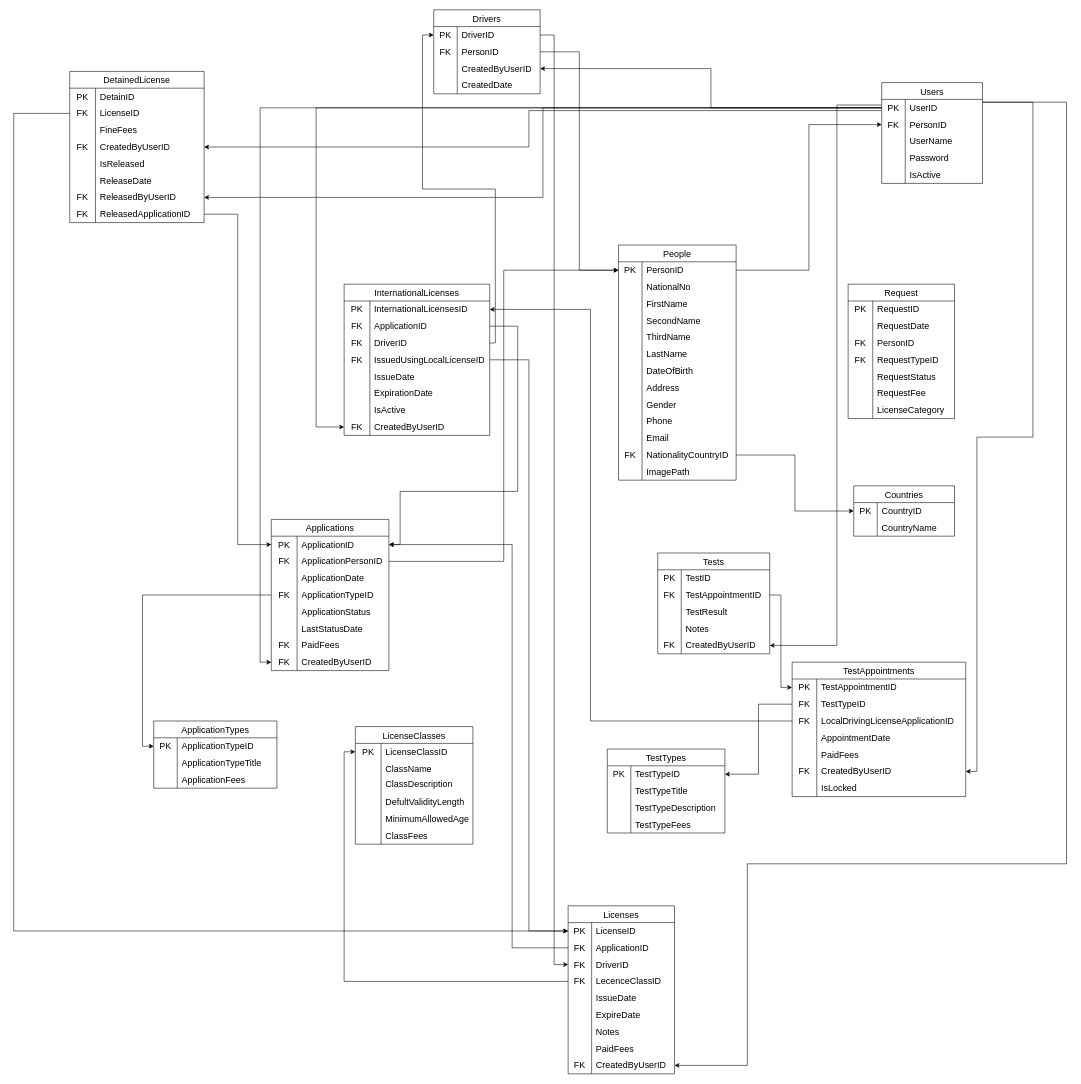
This is Untitled Diagram.drawio from aminjaiuossi/Driving-Vehicle-License-Department, a draw.io file, before an edit. Source tidied: cells renumbered, new cells numbered last; positions are measured from the earlier drawing's top-left corner, leaving out a move shared by most shapes. Both pictures are drawn from the tidied source at 56%, with x=0, y=0 at pixel (13, 10).
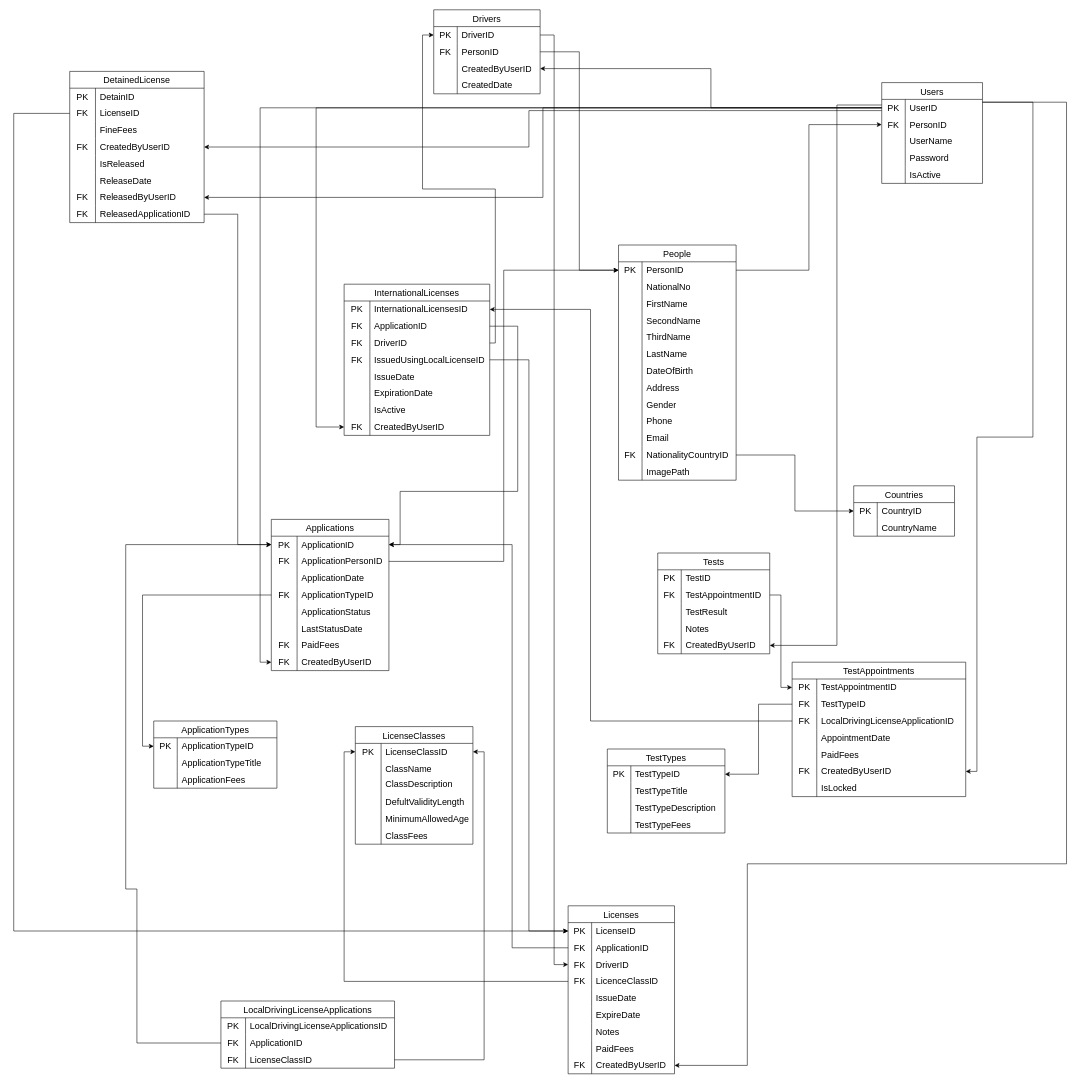
The same page after the edit.

The change refers to these unchanged cells:
```xml
<mxCell id="65" style="shape=tableRow;horizontal=0;startSize=0;swimlaneHead=0;swimlaneBody=0;top=0;left=0;bottom=0;right=0;fillColor=none;points=[[0,0.5],[1,0.5]];portConstraint=eastwest;strokeColor=inherit;fontSize=16;" parent="64" vertex="1">
  <mxGeometry y="30" width="210" height="30" as="geometry" />
</mxCell>
<mxCell id="109" style="shape=tableRow;horizontal=0;startSize=0;swimlaneHead=0;swimlaneBody=0;top=0;left=0;bottom=0;right=0;fillColor=none;points=[[0,0.5],[1,0.5]];portConstraint=eastwest;strokeColor=inherit;fontSize=16;" parent="99" vertex="1">
  <mxGeometry y="120" width="190" height="30" as="geometry" />
</mxCell>
<mxCell id="224" style="shape=tableRow;horizontal=0;startSize=0;swimlaneHead=0;swimlaneBody=0;top=0;left=0;bottom=0;right=0;fillColor=none;points=[[0,0.5],[1,0.5]];portConstraint=eastwest;strokeColor=inherit;fontSize=16;" parent="223" vertex="1">
  <mxGeometry y="30" width="210" height="30" as="geometry" />
</mxCell>
```

Change to the diagram source:
```diff
@@
-    <mxCell id="2" value="Request" style="shape=table;startSize=30;childLayout=tableLayout;rowLines=0;fontStyle=0;strokeColor=default;fontSize=16;" parent="1" vertex="1">
-      <mxGeometry x="1490" y="490" width="190" height="240" as="geometry" />
+    <mxCell id="2" value="LocalDrivingLicenseApplications" style="shape=table;startSize=30;childLayout=tableLayout;rowLines=0;fontStyle=0;strokeColor=default;fontSize=16;" parent="1" vertex="1">
+      <mxGeometry x="370" y="1770" width="310" height="120" as="geometry" />
     </mxCell>
     <mxCell id="3" style="shape=tableRow;horizontal=0;startSize=0;swimlaneHead=0;swimlaneBody=0;top=0;left=0;bottom=0;right=0;fillColor=none;strokeColor=inherit;fontSize=16;" parent="2" vertex="1">
-      <mxGeometry y="30" width="190" height="30" as="geometry" />
+      <mxGeometry y="30" width="310" height="30" as="geometry" />
     </mxCell>
@@
-    <mxCell id="5" value="RequestID" style="shape=partialRectangle;html=1;whiteSpace=wrap;fillColor=none;top=0;left=0;bottom=0;right=0;align=left;spacingLeft=6;overflow=hidden;strokeColor=inherit;fontSize=16;" parent="3" vertex="1">
-      <mxGeometry x="44" width="146" height="30" as="geometry" />
+    <mxCell id="5" value="&lt;span style=&quot;text-align: center; text-wrap-mode: nowrap;&quot;&gt;LocalDrivingLicenseApplicationsID&lt;/span&gt;" style="shape=partialRectangle;html=1;whiteSpace=wrap;fillColor=none;top=0;left=0;bottom=0;right=0;align=left;spacingLeft=6;overflow=hidden;strokeColor=inherit;fontSize=16;" parent="3" vertex="1">
+      <mxGeometry x="44" width="266" height="30" as="geometry" />
     </mxCell>
     <mxCell id="6" style="shape=tableRow;horizontal=0;startSize=0;swimlaneHead=0;swimlaneBody=0;top=0;left=0;bottom=0;right=0;fillColor=none;points=[[0,0.5],[1,0.5]];portConstraint=eastwest;strokeColor=inherit;fontSize=16;" parent="2" vertex="1">
-      <mxGeometry y="60" width="190" height="30" as="geometry" />
+      <mxGeometry y="60" width="310" height="30" as="geometry" />
     </mxCell>
-    <mxCell id="7" style="shape=partialRectangle;html=1;whiteSpace=wrap;fillColor=none;top=0;left=0;bottom=0;right=0;overflow=hidden;strokeColor=inherit;fontSize=16;" parent="6" vertex="1">
+    <mxCell id="7" value="FK" style="shape=partialRectangle;html=1;whiteSpace=wrap;fillColor=none;top=0;left=0;bottom=0;right=0;overflow=hidden;strokeColor=inherit;fontSize=16;" parent="6" vertex="1">
       <mxGeometry width="44" height="30" as="geometry" />
     </mxCell>
-    <mxCell id="8" value="RequestDate" style="shape=partialRectangle;html=1;whiteSpace=wrap;fillColor=none;top=0;left=0;bottom=0;right=0;align=left;spacingLeft=6;overflow=hidden;strokeColor=inherit;fontSize=16;" parent="6" vertex="1">
-      <mxGeometry x="44" width="146" height="30" as="geometry" />
+    <mxCell id="8" value="ApplicationID" style="shape=partialRectangle;html=1;whiteSpace=wrap;fillColor=none;top=0;left=0;bottom=0;right=0;align=left;spacingLeft=6;overflow=hidden;strokeColor=inherit;fontSize=16;" parent="6" vertex="1">
+      <mxGeometry x="44" width="266" height="30" as="geometry" />
     </mxCell>
     <mxCell id="9" style="shape=tableRow;horizontal=0;startSize=0;swimlaneHead=0;swimlaneBody=0;top=0;left=0;bottom=0;right=0;fillColor=none;points=[[0,0.5],[1,0.5]];portConstraint=eastwest;strokeColor=inherit;fontSize=16;" parent="2" vertex="1">
-      <mxGeometry y="90" width="190" height="30" as="geometry" />
+      <mxGeometry y="90" width="310" height="30" as="geometry" />
     </mxCell>
@@
-    <mxCell id="11" value="PersonID" style="shape=partialRectangle;html=1;whiteSpace=wrap;fillColor=none;top=0;left=0;bottom=0;right=0;align=left;spacingLeft=6;overflow=hidden;strokeColor=inherit;fontSize=16;" parent="9" vertex="1">
-      <mxGeometry x="44" width="146" height="30" as="geometry" />
+    <mxCell id="11" value="LicenseClassID" style="shape=partialRectangle;html=1;whiteSpace=wrap;fillColor=none;top=0;left=0;bottom=0;right=0;align=left;spacingLeft=6;overflow=hidden;strokeColor=inherit;fontSize=16;" parent="9" vertex="1">
+      <mxGeometry x="44" width="266" height="30" as="geometry" />
     </mxCell>
-    <mxCell id="12" style="shape=tableRow;horizontal=0;startSize=0;swimlaneHead=0;swimlaneBody=0;top=0;left=0;bottom=0;right=0;fillColor=none;strokeColor=inherit;fontSize=16;" parent="2" vertex="1">
-      <mxGeometry y="120" width="190" height="30" as="geometry" />
-    </mxCell>
-    <mxCell id="13" value="FK" style="shape=partialRectangle;html=1;whiteSpace=wrap;fillColor=none;top=0;left=0;bottom=0;right=0;overflow=hidden;strokeColor=inherit;fontSize=16;" parent="12" vertex="1">
-      <mxGeometry width="44" height="30" as="geometry" />
-    </mxCell>
-    <mxCell id="14" value="RequestTypeID" style="shape=partialRectangle;html=1;whiteSpace=wrap;fillColor=none;top=0;left=0;bottom=0;right=0;align=left;spacingLeft=6;overflow=hidden;strokeColor=inherit;fontSize=16;" parent="12" vertex="1">
-      <mxGeometry x="44" width="146" height="30" as="geometry" />
-    </mxCell>
-    <mxCell id="15" style="shape=tableRow;horizontal=0;startSize=0;swimlaneHead=0;swimlaneBody=0;top=0;left=0;bottom=0;right=0;fillColor=none;strokeColor=inherit;fontSize=16;" parent="2" vertex="1">
-      <mxGeometry y="150" width="190" height="30" as="geometry" />
-    </mxCell>
-    <mxCell id="16" style="shape=partialRectangle;html=1;whiteSpace=wrap;fillColor=none;top=0;left=0;bottom=0;right=0;overflow=hidden;strokeColor=inherit;fontSize=16;" parent="15" vertex="1">
-      <mxGeometry width="44" height="30" as="geometry" />
-    </mxCell>
-    <mxCell id="17" value="RequestStatus" style="shape=partialRectangle;html=1;whiteSpace=wrap;fillColor=none;top=0;left=0;bottom=0;right=0;align=left;spacingLeft=6;overflow=hidden;strokeColor=inherit;fontSize=16;" parent="15" vertex="1">
-      <mxGeometry x="44" width="146" height="30" as="geometry" />
-    </mxCell>
-    <mxCell id="18" style="shape=tableRow;horizontal=0;startSize=0;swimlaneHead=0;swimlaneBody=0;top=0;left=0;bottom=0;right=0;fillColor=none;strokeColor=inherit;fontSize=16;" parent="2" vertex="1">
-      <mxGeometry y="180" width="190" height="30" as="geometry" />
-    </mxCell>
-    <mxCell id="19" style="shape=partialRectangle;html=1;whiteSpace=wrap;fillColor=none;top=0;left=0;bottom=0;right=0;overflow=hidden;strokeColor=inherit;fontSize=16;" parent="18" vertex="1">
-      <mxGeometry width="44" height="30" as="geometry" />
-    </mxCell>
-    <mxCell id="20" value="RequestFee" style="shape=partialRectangle;html=1;whiteSpace=wrap;fillColor=none;top=0;left=0;bottom=0;right=0;align=left;spacingLeft=6;overflow=hidden;strokeColor=inherit;fontSize=16;" parent="18" vertex="1">
-      <mxGeometry x="44" width="146" height="30" as="geometry" />
-    </mxCell>
-    <mxCell id="21" style="shape=tableRow;horizontal=0;startSize=0;swimlaneHead=0;swimlaneBody=0;top=0;left=0;bottom=0;right=0;fillColor=none;strokeColor=inherit;fontSize=16;" parent="2" vertex="1">
-      <mxGeometry y="210" width="190" height="30" as="geometry" />
-    </mxCell>
-    <mxCell id="22" style="shape=partialRectangle;html=1;whiteSpace=wrap;fillColor=none;top=0;left=0;bottom=0;right=0;overflow=hidden;strokeColor=inherit;fontSize=16;" parent="21" vertex="1">
-      <mxGeometry width="44" height="30" as="geometry" />
-    </mxCell>
-    <mxCell id="23" value="LicenseCategory" style="shape=partialRectangle;html=1;whiteSpace=wrap;fillColor=none;top=0;left=0;bottom=0;right=0;align=left;spacingLeft=6;overflow=hidden;strokeColor=inherit;fontSize=16;" parent="21" vertex="1">
-      <mxGeometry x="44" width="146" height="30" as="geometry" />
-    </mxCell>
@@
-    <mxCell id="111" value="LecenceClassID" style="shape=partialRectangle;html=1;whiteSpace=wrap;fillColor=none;top=0;left=0;bottom=0;right=0;align=left;spacingLeft=6;overflow=hidden;strokeColor=inherit;fontSize=16;" parent="109" vertex="1">
+    <mxCell id="111" value="LicenceClassID" style="shape=partialRectangle;html=1;whiteSpace=wrap;fillColor=none;top=0;left=0;bottom=0;right=0;align=left;spacingLeft=6;overflow=hidden;strokeColor=inherit;fontSize=16;" parent="109" vertex="1">
       <mxGeometry x="42" width="148" height="30" as="geometry" />
     </mxCell>
@@
+    <mxCell id="307" style="edgeStyle=orthogonalEdgeStyle;rounded=0;jettySize=auto;html=1;entryX=0;entryY=0.5;entryDx=0;entryDy=0;" parent="1" edge="1" source="6" target="224">
+      <mxGeometry relative="1" as="geometry">
+        <Array as="points">
+          <mxPoint x="220" y="1845" />
+          <mxPoint x="220" y="1570" />
+          <mxPoint x="200" y="1570" />
+          <mxPoint x="200" y="955" />
+        </Array>
+      </mxGeometry>
+    </mxCell>
+    <mxCell id="308" style="edgeStyle=orthogonalEdgeStyle;rounded=0;jettySize=auto;html=1;entryX=1;entryY=0.5;entryDx=0;entryDy=0;" parent="1" edge="1" source="9" target="65">
+      <mxGeometry relative="1" as="geometry" />
+    </mxCell>
```
